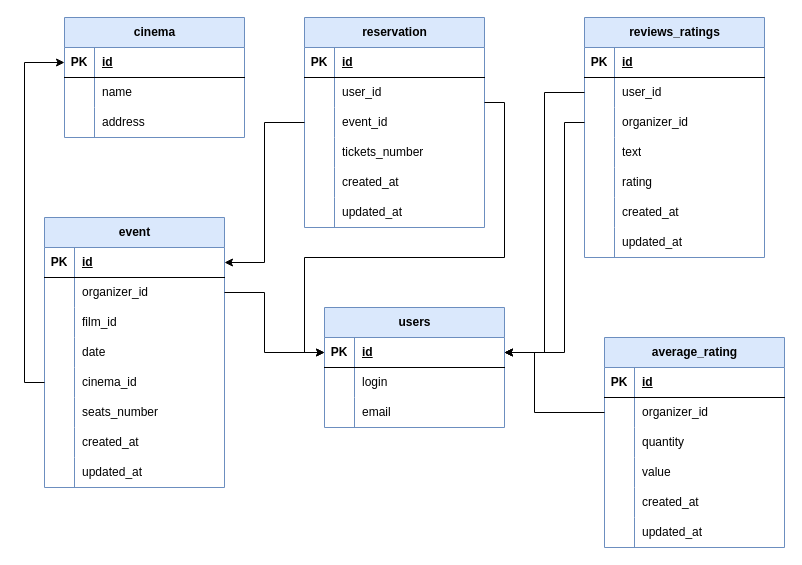
Petrovamvl/data_1 keeps this draw.io diagram as files/Диаграмма без названия.drawio. Above is the earlier version. Source tidied: cells renumbered, new cells numbered last; positions are measured from the earlier drawing's top-left corner, leaving out a move shared by most shapes. Both pictures are drawn from the tidied source at 100%, with x=0, y=0 at pixel (24, 17).
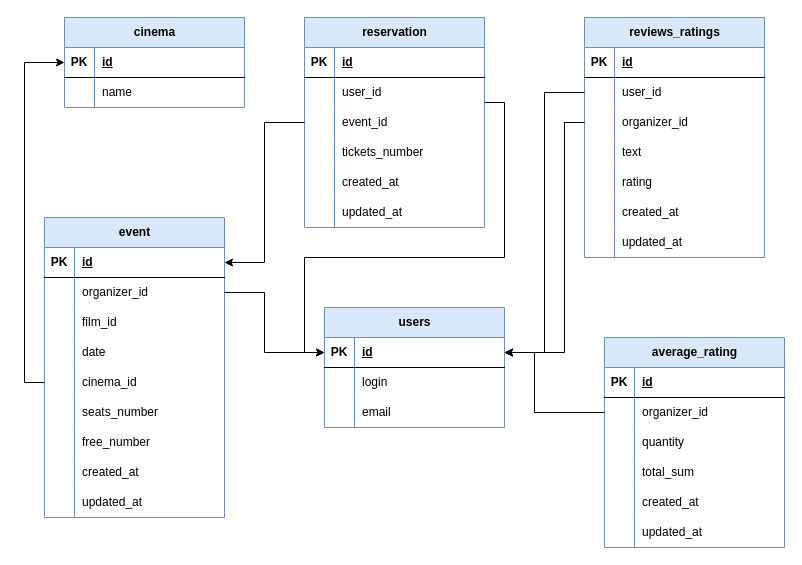
The same diagram, later.

The change refers to these unchanged cells:
```xml
<mxCell id="21" style="shape=tableRow;horizontal=0;startSize=0;swimlaneHead=0;swimlaneBody=0;fillColor=none;top=0;left=0;right=0;bottom=0;" parent="2" vertex="1">
  <mxGeometry y="210" width="180" height="30" as="geometry" />
</mxCell>
<mxCell id="24" style="shape=tableRow;horizontal=0;startSize=0;swimlaneHead=0;swimlaneBody=0;fillColor=none;top=0;left=0;right=0;bottom=0;" parent="2" vertex="1">
  <mxGeometry y="240" width="180" height="30" as="geometry" />
</mxCell>
<mxCell id="88" style="shape=tableRow;horizontal=0;startSize=0;swimlaneHead=0;swimlaneBody=0;fillColor=none;top=0;left=0;right=0;bottom=0;" parent="78" vertex="1">
  <mxGeometry y="120" width="180" height="30" as="geometry" />
</mxCell>
```

Change to the diagram source:
```diff
@@
     <mxCell id="2" value="event" style="shape=table;startSize=30;childLayout=tableLayout;rowLines=0;fontStyle=1;align=center;html=1;fillColor=#dae8fc;strokeColor=#6c8ebf;" parent="1" vertex="1">
-      <mxGeometry x="20" y="200" width="180" height="270" as="geometry" />
+      <mxGeometry x="20" y="200" width="180" height="300" as="geometry" />
     </mxCell>
@@
-    <mxCell id="23" value="created_at" style="shape=partialRectangle;fillColor=none;top=0;left=0;bottom=0;right=0;align=left;spacingLeft=6;overflow=hidden;whiteSpace=wrap;html=1;" parent="21" vertex="1">
+    <mxCell id="23" value="free_number" style="shape=partialRectangle;fillColor=none;top=0;left=0;bottom=0;right=0;align=left;spacingLeft=6;overflow=hidden;whiteSpace=wrap;html=1;" parent="21" vertex="1">
       <mxGeometry x="30" width="150" height="30" as="geometry" />
     </mxCell>
@@
-    <mxCell id="26" value="updated_at" style="shape=partialRectangle;fillColor=none;top=0;left=0;bottom=0;right=0;align=left;spacingLeft=6;overflow=hidden;whiteSpace=wrap;html=1;" parent="24" vertex="1">
+    <mxCell id="26" value="created_at" style="shape=partialRectangle;fillColor=none;top=0;left=0;bottom=0;right=0;align=left;spacingLeft=6;overflow=hidden;whiteSpace=wrap;html=1;" parent="24" vertex="1">
       <mxGeometry x="30" width="150" height="30" as="geometry" />
     </mxCell>
+    <mxCell id="114" style="shape=tableRow;horizontal=0;startSize=0;swimlaneHead=0;swimlaneBody=0;fillColor=none;top=0;left=0;right=0;bottom=0;" parent="2" vertex="1">
+      <mxGeometry y="270" width="180" height="30" as="geometry" />
+    </mxCell>
+    <mxCell id="35" style="shape=partialRectangle;fillColor=none;top=0;left=0;bottom=0;right=0;overflow=hidden;whiteSpace=wrap;html=1;" parent="114" vertex="1">
+      <mxGeometry width="30" height="30" as="geometry" />
+    </mxCell>
+    <mxCell id="115" value="updated_at" style="shape=partialRectangle;fillColor=none;top=0;left=0;bottom=0;right=0;align=left;spacingLeft=6;overflow=hidden;whiteSpace=wrap;html=1;" parent="114" vertex="1">
+      <mxGeometry x="30" width="150" height="30" as="geometry" />
+    </mxCell>
     <mxCell id="27" value="cinema" style="shape=table;startSize=30;childLayout=tableLayout;rowLines=0;fontStyle=1;align=center;html=1;fillColor=#dae8fc;strokeColor=#6c8ebf;" parent="1" vertex="1">
-      <mxGeometry x="40" width="180" height="120" as="geometry" />
+      <mxGeometry x="40" width="180" height="90" as="geometry" />
     </mxCell>
@@
-    <mxCell id="34" style="shape=tableRow;horizontal=0;startSize=0;swimlaneHead=0;swimlaneBody=0;fillColor=none;top=0;left=0;right=0;bottom=0;" parent="27" vertex="1">
-      <mxGeometry y="90" width="180" height="30" as="geometry" />
-    </mxCell>
-    <mxCell id="35" style="shape=partialRectangle;fillColor=none;top=0;left=0;bottom=0;right=0;overflow=hidden;whiteSpace=wrap;html=1;" parent="34" vertex="1">
-      <mxGeometry width="30" height="30" as="geometry" />
-    </mxCell>
-    <mxCell id="36" value="address" style="shape=partialRectangle;fillColor=none;top=0;left=0;bottom=0;right=0;align=left;spacingLeft=6;overflow=hidden;whiteSpace=wrap;html=1;" parent="34" vertex="1">
-      <mxGeometry x="30" width="150" height="30" as="geometry" />
-    </mxCell>
@@
-    <mxCell id="90" value="value" style="shape=partialRectangle;fillColor=none;top=0;left=0;bottom=0;right=0;align=left;spacingLeft=6;overflow=hidden;whiteSpace=wrap;html=1;" parent="88" vertex="1">
+    <mxCell id="90" value="total_sum" style="shape=partialRectangle;fillColor=none;top=0;left=0;bottom=0;right=0;align=left;spacingLeft=6;overflow=hidden;whiteSpace=wrap;html=1;" parent="88" vertex="1">
       <mxGeometry x="30" width="150" height="30" as="geometry" />
     </mxCell>
```
